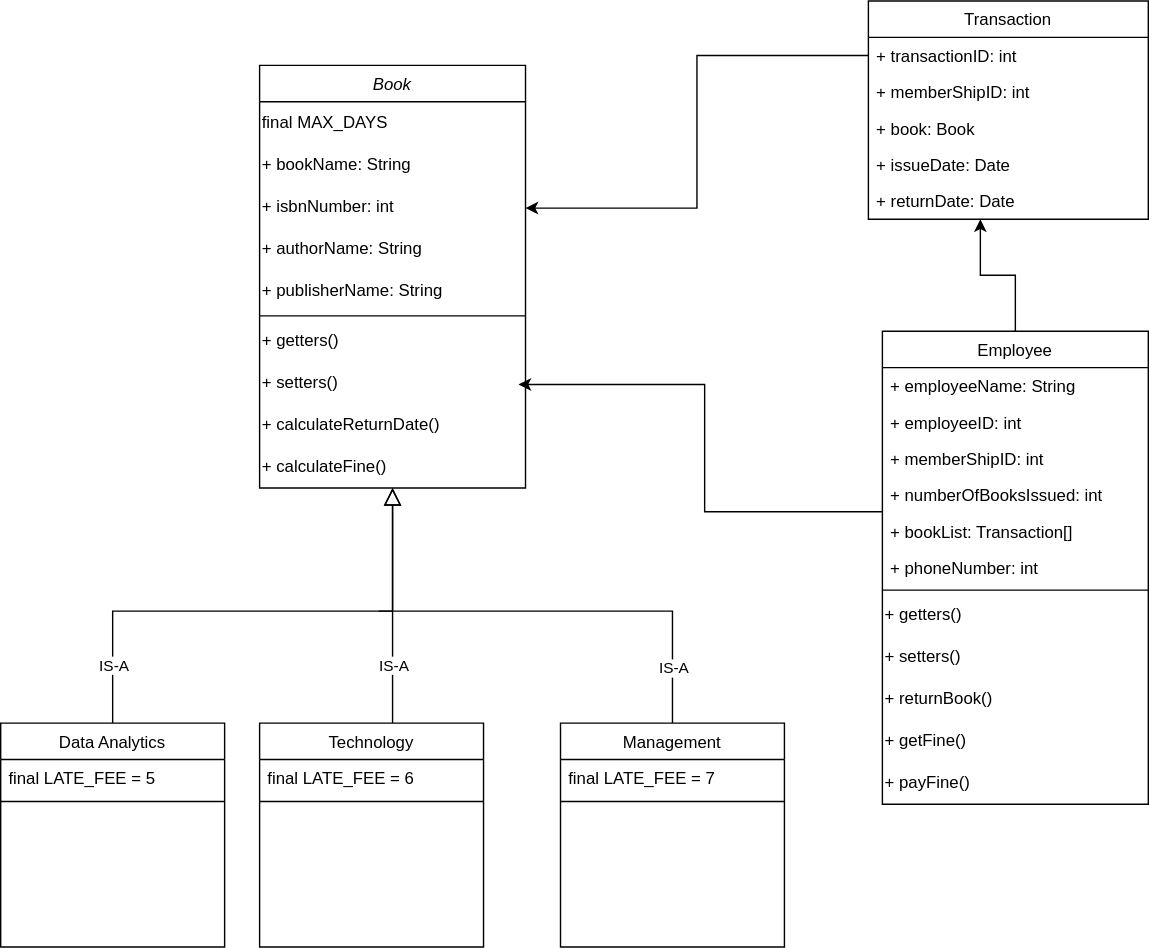
basit-budroo/library-management-system keeps this draw.io diagram as diagrams/Class Diagram.drawio.svg. Above is the earlier version. Source tidied: cells renumbered, new cells last; positions are measured from the earlier drawing's top-left corner, leaving out a move shared by most shapes.
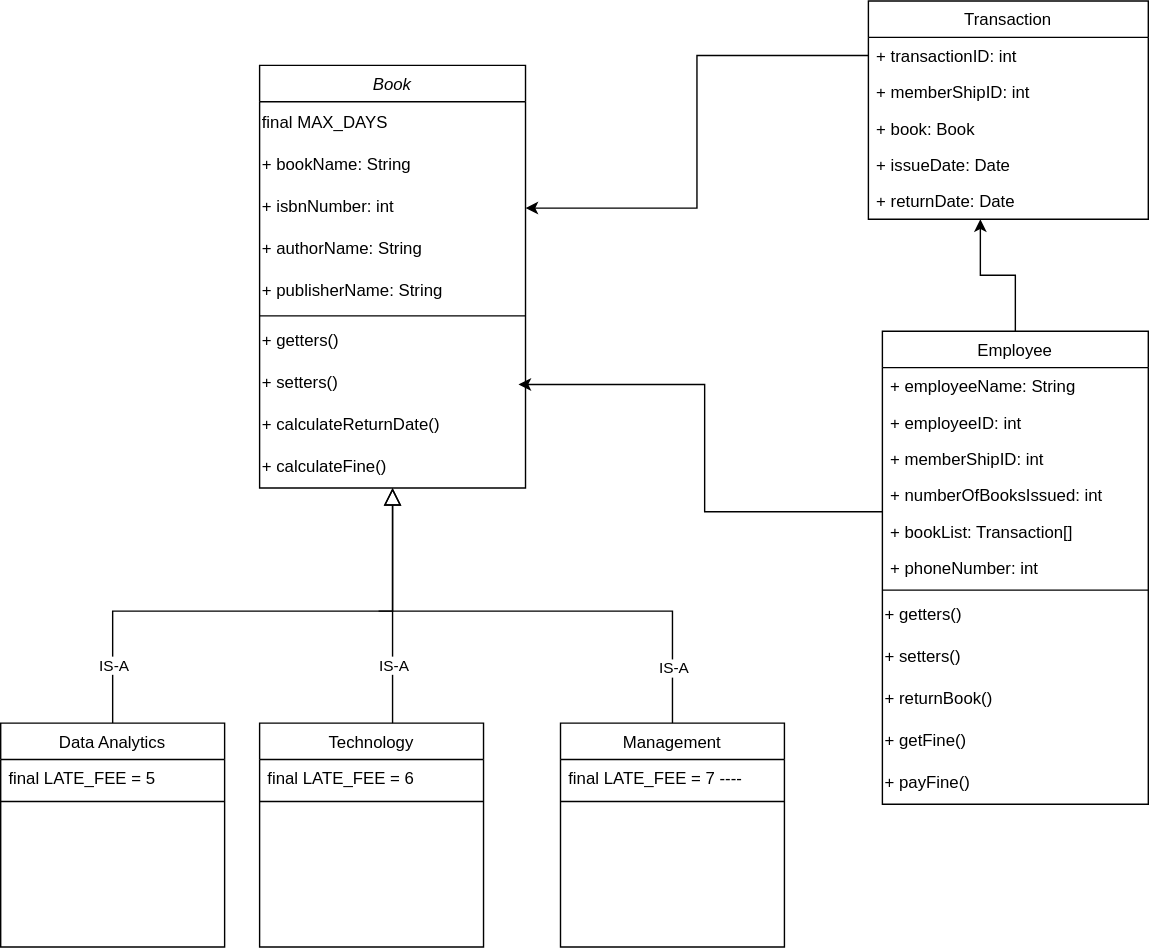
The same diagram one commit later.

Diff of the diagram source:
```diff
@@ -81,7 +81,7 @@
     <mxCell id="23" value="Management" style="swimlane;fontStyle=0;align=center;verticalAlign=top;horizontal=1;startSize=26;rounded=0;shadow=0;strokeWidth=1;" parent="1" vertex="1">
       <mxGeometry x="400" y="516" width="160" height="160" as="geometry" />
     </mxCell>
-    <mxCell id="24" value="final LATE_FEE = 7" style="text;align=left;verticalAlign=top;spacingLeft=4;spacingRight=4;overflow=hidden;" parent="23" vertex="1">
+    <mxCell id="24" value="final LATE_FEE = 7 ----" style="text;align=left;verticalAlign=top;spacingLeft=4;spacingRight=4;overflow=hidden;" parent="23" vertex="1">
       <mxGeometry y="26" width="160" height="26" as="geometry" />
     </mxCell>
     <mxCell id="25" style="line;html=1;strokeWidth=1;align=left;verticalAlign=middle;spacingTop=-1;spacingLeft=3;spacingRight=3;labelPosition=right;" parent="23" vertex="1">
```
